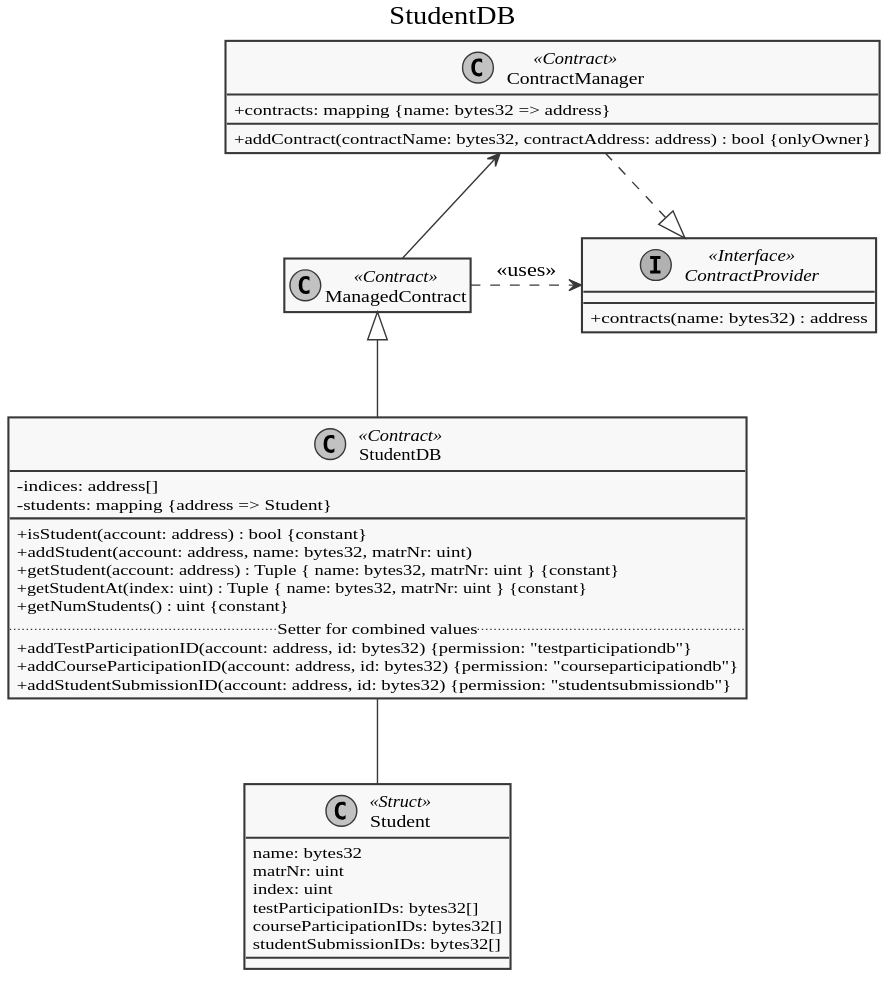
dev-tee/blockpass keeps this PlantUML diagram as doc/diagrams/export/contracts/studentdb.svg. Above is the earlier version.
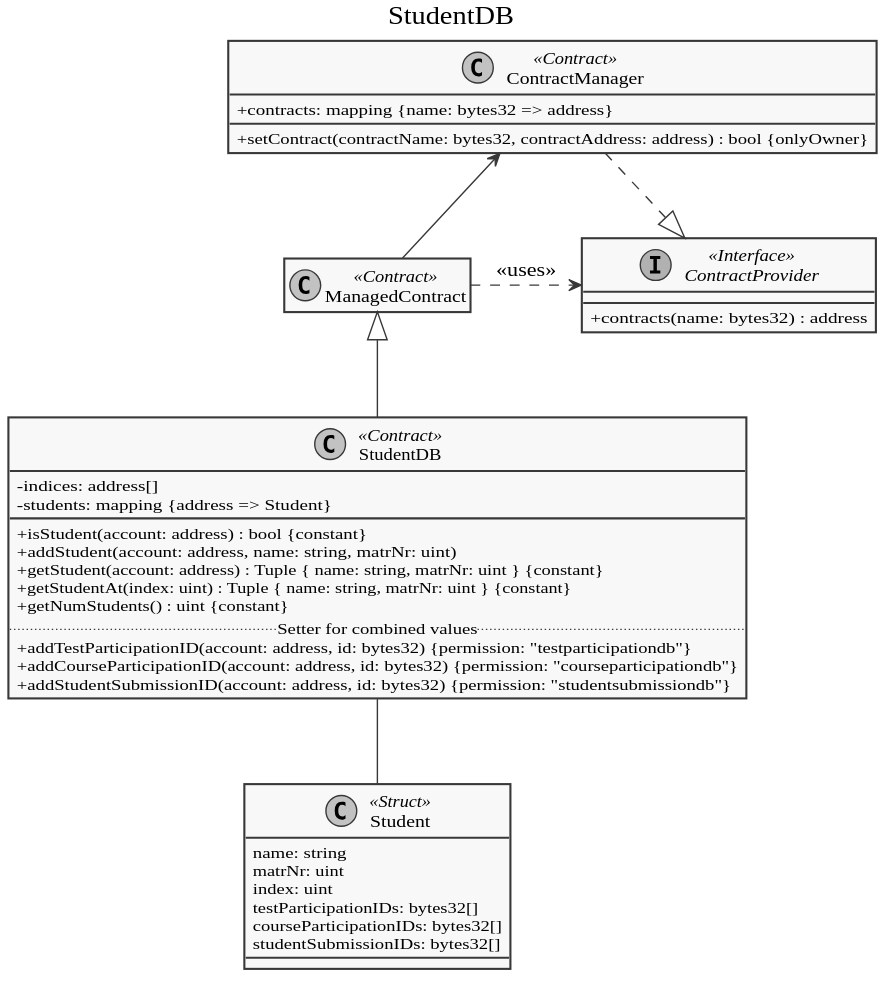
Later version of the same file.

Diff of the diagram source:
```diff
@@ -36,7 +36,7 @@
 
 class ContractManager << Contract >> {
   +contracts: mapping {name: bytes32 => address}
-  +addContract(contractName: bytes32, contractAddress: address) : bool {onlyOwner}
+  +setContract(contractName: bytes32, contractAddress: address) : bool {onlyOwner}
 }
 
 ContractManager -up-|> Owned
@@ -63,7 +63,7 @@
 title StudentDB
 
 class Student << Struct >> {
-  name: bytes32
+  name: string
   matrNr: uint
   index: uint
   testParticipationIDs: bytes32[]
@@ -76,9 +76,9 @@
   -students: mapping {address => Student}
   __
   +isStudent(account: address) : bool {constant}
-  +addStudent(account: address, name: bytes32, matrNr: uint)
-  +getStudent(account: address) : Tuple { name: bytes32, matrNr: uint } {constant}
-  +getStudentAt(index: uint) : Tuple { name: bytes32, matrNr: uint } {constant}
+  +addStudent(account: address, name: string, matrNr: uint)
+  +getStudent(account: address) : Tuple { name: string, matrNr: uint } {constant}
+  +getStudentAt(index: uint) : Tuple { name: string, matrNr: uint } {constant}
   +getNumStudents() : uint {constant}
   .. Setter for combined values ..
   +addTestParticipationID(account: address, id: bytes32) {permission: "testparticipationdb"}
```
